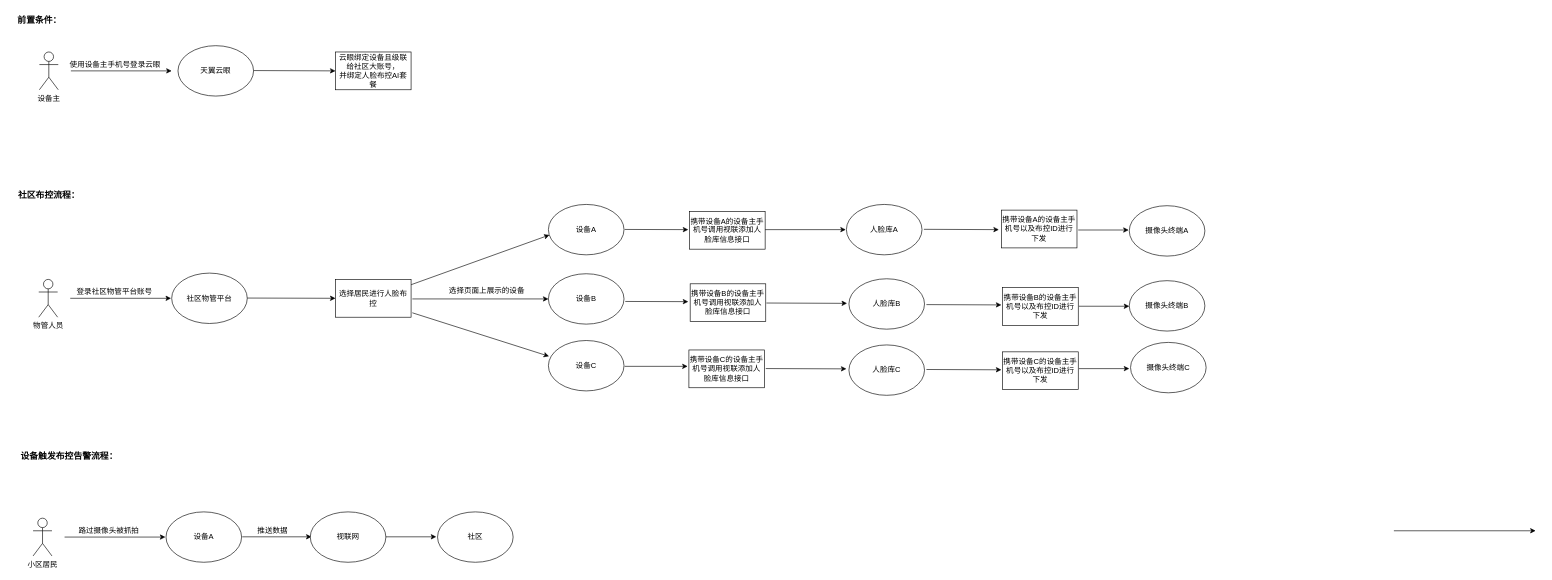
Before: 人脸布控流程.drawio in HughRudolf/Drawio, a draw.io diagram. Source tidied: cells renumbered, new cells numbered last; positions are measured from the earlier drawing's top-left corner, leaving out a move shared by most shapes. Both pictures are drawn from the tidied source at 63%, with x=0, y=0 at pixel (11, 11).
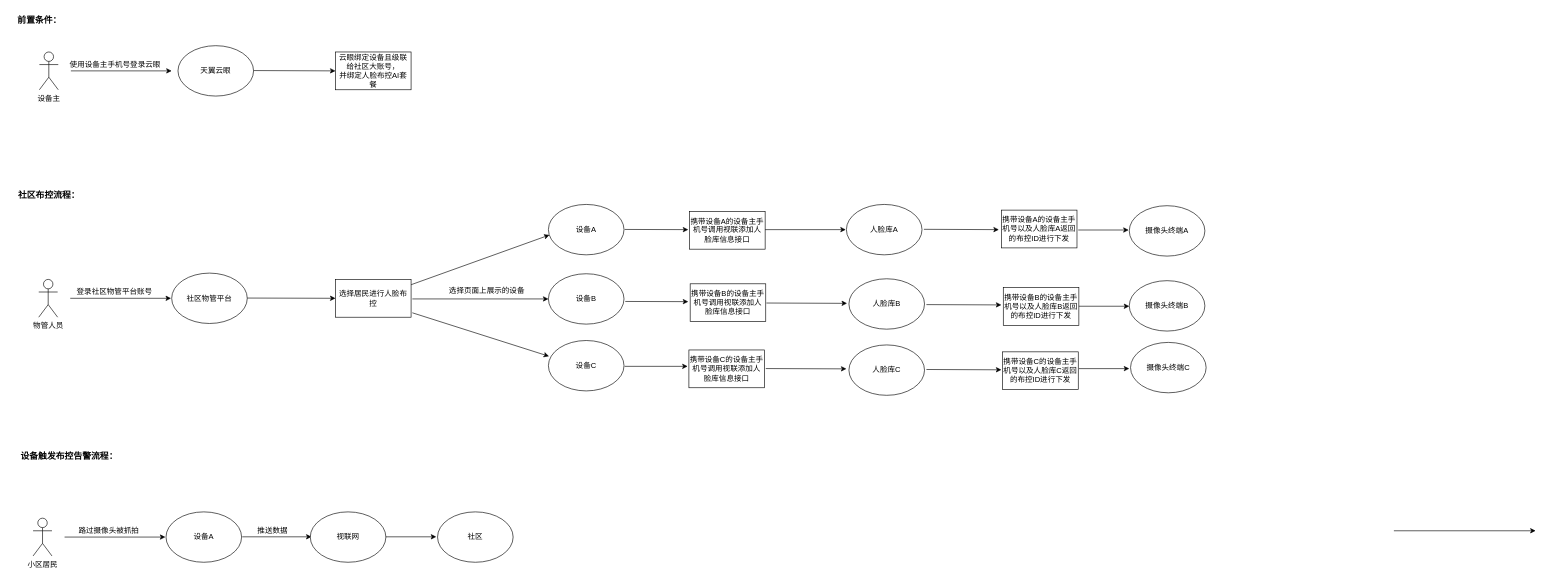
Above is the later version.

Commit message:
更新人脸布控流程.drawio

Change to the diagram source:
```diff
@@
-    <mxCell id="36" value="携带设备A的设备主手机号以及布控ID进行下发" style="rounded=0;whiteSpace=wrap;html=1;" parent="1" vertex="1">
+    <mxCell id="36" value="携带设备A的设备主手机号以及人脸库A返回的布控ID进行下发" style="rounded=0;whiteSpace=wrap;html=1;" parent="1" vertex="1">
       <mxGeometry x="1572" y="316" width="120" height="60" as="geometry" />
     </mxCell>
-    <mxCell id="37" value="携带设备B的设备主手机号以及布控ID进行下发" style="rounded=0;whiteSpace=wrap;html=1;" parent="1" vertex="1">
-      <mxGeometry x="1574" y="439" width="120" height="60" as="geometry" />
+    <mxCell id="37" value="携带设备B的设备主手机号以及人脸库B返回的布控ID进行下发" style="rounded=0;whiteSpace=wrap;html=1;" parent="1" vertex="1">
+      <mxGeometry x="1575" y="439" width="120" height="60" as="geometry" />
     </mxCell>
-    <mxCell id="38" value="携带设备C的设备主手机号以及布控ID进行下发" style="rounded=0;whiteSpace=wrap;html=1;" parent="1" vertex="1">
+    <mxCell id="38" value="携带设备C的设备主手机号以及人脸库C返回的布控ID进行下发" style="rounded=0;whiteSpace=wrap;html=1;" parent="1" vertex="1">
       <mxGeometry x="1574" y="541" width="120" height="60" as="geometry" />
     </mxCell>
```
